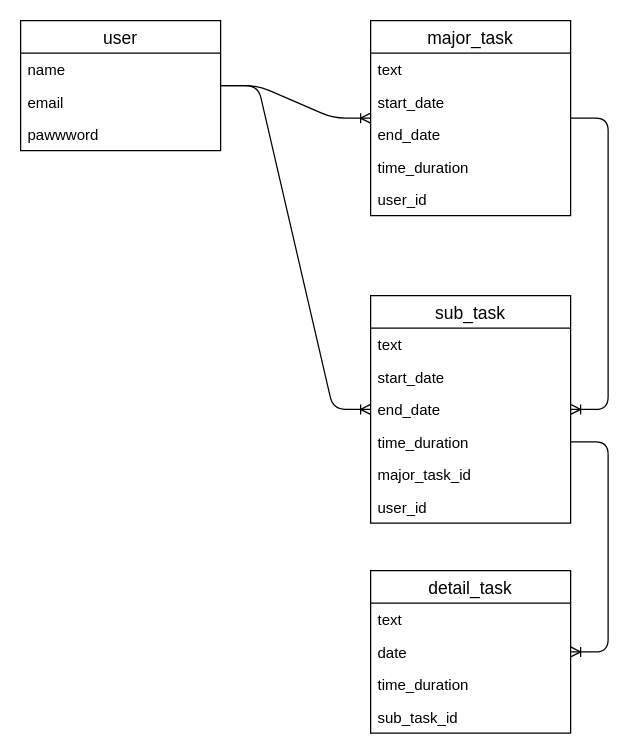
This is data_structure.drawio from Yosuke-Aramaki/gx_app_2, a draw.io file, before an edit. Source tidied: cells renumbered, new cells numbered last; positions are measured from the earlier drawing's top-left corner, leaving out a move shared by most shapes. Both pictures are drawn from the tidied source at 125%, with x=0, y=0 at pixel (20, 20).
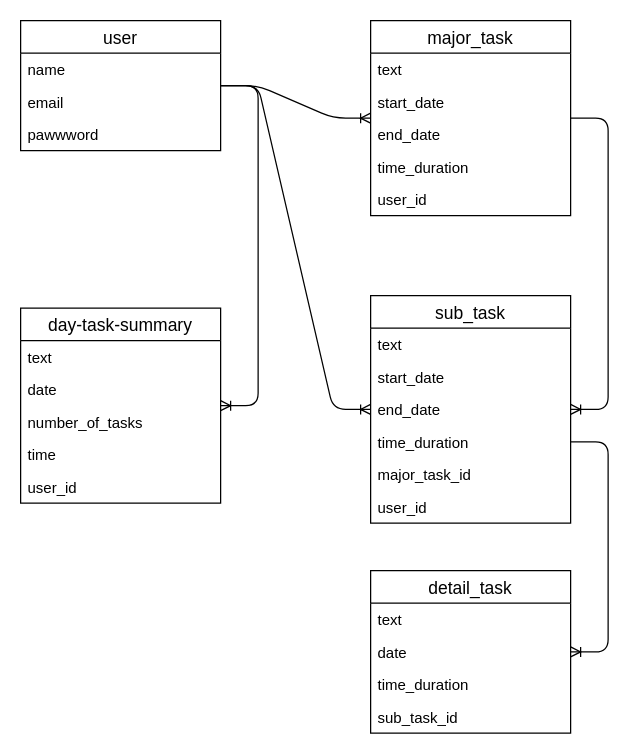
Above is the later version.

Unchanged cells that the change refers to:
```xml
<mxCell id="8" value="user" style="swimlane;fontStyle=0;horizontal=1;startSize=26;align=center;fontSize=14;" parent="1" vertex="1">
  <mxGeometry width="160" height="104" as="geometry" />
</mxCell>
```

Diff of the diagram source:
```diff
@@
+    <mxCell id="28" value="day-task-summary" style="swimlane;fontStyle=0;horizontal=1;startSize=26;align=center;fontSize=14;" parent="1" vertex="1">
+      <mxGeometry y="230" width="160" height="156" as="geometry" />
+    </mxCell>
+    <mxCell id="29" value="text" style="text;strokeColor=none;fillColor=none;spacingLeft=4;spacingRight=4;overflow=hidden;fontSize=12;" parent="28" vertex="1">
+      <mxGeometry y="26" width="160" height="26" as="geometry" />
+    </mxCell>
+    <mxCell id="30" value="date" style="text;strokeColor=none;fillColor=none;spacingLeft=4;spacingRight=4;overflow=hidden;fontSize=12;" parent="28" vertex="1">
+      <mxGeometry y="52" width="160" height="26" as="geometry" />
+    </mxCell>
+    <mxCell id="31" value="number_of_tasks" style="text;strokeColor=none;fillColor=none;spacingLeft=4;spacingRight=4;overflow=hidden;fontSize=12;" parent="28" vertex="1">
+      <mxGeometry y="78" width="160" height="26" as="geometry" />
+    </mxCell>
+    <mxCell id="32" value="time" style="text;strokeColor=none;fillColor=none;spacingLeft=4;spacingRight=4;overflow=hidden;fontSize=12;" parent="28" vertex="1">
+      <mxGeometry y="104" width="160" height="26" as="geometry" />
+    </mxCell>
+    <mxCell id="33" value="user_id" style="text;strokeColor=none;fillColor=none;spacingLeft=4;spacingRight=4;overflow=hidden;fontSize=12;" parent="28" vertex="1">
+      <mxGeometry y="130" width="160" height="26" as="geometry" />
+    </mxCell>
+    <mxCell id="34" style="edgeStyle=entityRelationEdgeStyle;fontSize=12;html=1;endArrow=ERoneToMany;fontStyle=1;" parent="1" edge="1" source="8" target="28">
+      <mxGeometry relative="1" as="geometry" />
+    </mxCell>
```
